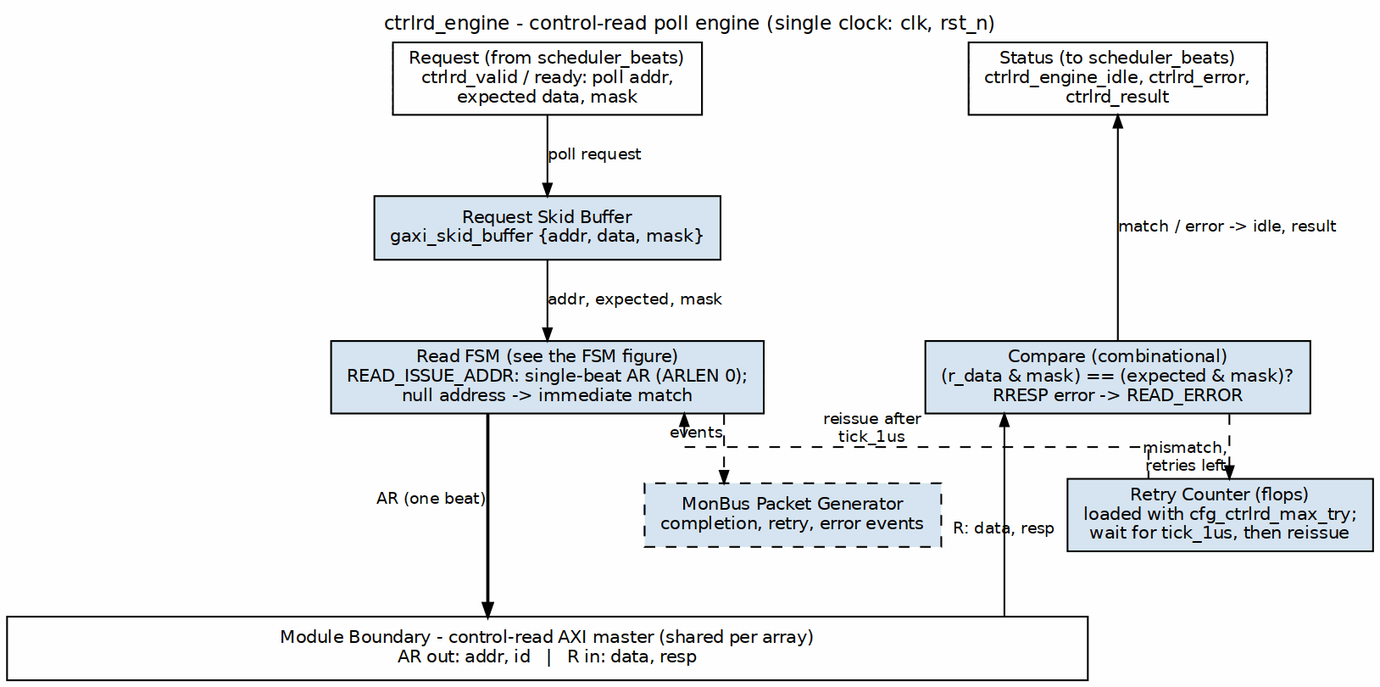
Above: projects/components/dma-ip/rapids/docs/rapids_beats_mas/assets/graphviz/08_ctrlrd_engine.png in sean-galloway/RTLDesignSherpa (Graphviz), before the change. Its source is kept beside it as projects/components/dma-ip/rapids/docs/rapids_beats_mas/assets/graphviz/08_ctrlrd_engine.dot. Source of this version:
```dot
digraph ctrlrd_engine {
    graph [rankdir=TB, bgcolor="white", fontname="Helvetica", fontsize=11,
           nodesep="0.50", ranksep="0.50", splines=ortho,
           label="ctrlrd_engine - control-read poll engine (single clock: clk, rst_n)",
           labelloc=t, labeljust=c];
    node  [fontname="Helvetica", fontsize=10, shape=box, style=filled,
           fillcolor="#D6E4F0", color="black", margin="0.12,0.06"];
    edge  [fontname="Helvetica", fontsize=9, color="black", arrowsize=0.7];

    req  [label="Request (from scheduler_beats)\nctrlrd_valid / ready: poll addr,\nexpected data, mask", fillcolor="white", group=C];
    sts  [label="Status (to scheduler_beats)\nctrlrd_engine_idle, ctrlrd_error,\nctrlrd_result", fillcolor="white", group=R];

    skid [label="Request Skid Buffer\ngaxi_skid_buffer {addr, data, mask}", group=C];
    fsm  [label="Read FSM (see the FSM figure)\nREAD_ISSUE_ADDR: single-beat AR (ARLEN 0);\nnull address -> immediate match", group=C];
    cmp  [label="Compare (combinational)\n(r_data & mask) == (expected & mask)?\nRRESP error -> READ_ERROR", group=R];
    rty  [label="Retry Counter (flops)\nloaded with cfg_ctrlrd_max_try;\nwait for tick_1us, then reissue", group=M];
    mon  [label="MonBus Packet Generator\ncompletion, retry, error events", style="filled,dashed", group=L];

    bar  [label="Module Boundary - control-read AXI master (shared per array)\nAR out: addr, id   |   R in: data, resp", fillcolor="white", width=8.5, group=C];

    req  -> skid [label="poll request"];
    skid -> fsm  [label="addr, expected, mask"];
    fsm  -> bar  [xlabel="AR (one beat)", penwidth=1.8];
    cmp  -> bar  [dir=back, xlabel="R: data, resp"];
    sts  -> cmp  [dir=back, label="match / error -> idle, result"];
    cmp  -> rty  [style=dashed, xlabel="mismatch,\nretries left"];
    fsm  -> rty  [dir=back, style=dashed, xlabel="reissue after\ntick_1us"];
    fsm  -> mon  [style=dashed, xlabel="events"];

    { rank=same; req; sts; }
    req -> sts [style=invis];
    { rank=same; fsm; cmp; }
    fsm -> cmp [style=invis];
    { rank=same; mon; rty; }
    mon -> rty [style=invis];
    mon -> bar [style=invis];
    rty -> bar [style=invis];
}
```
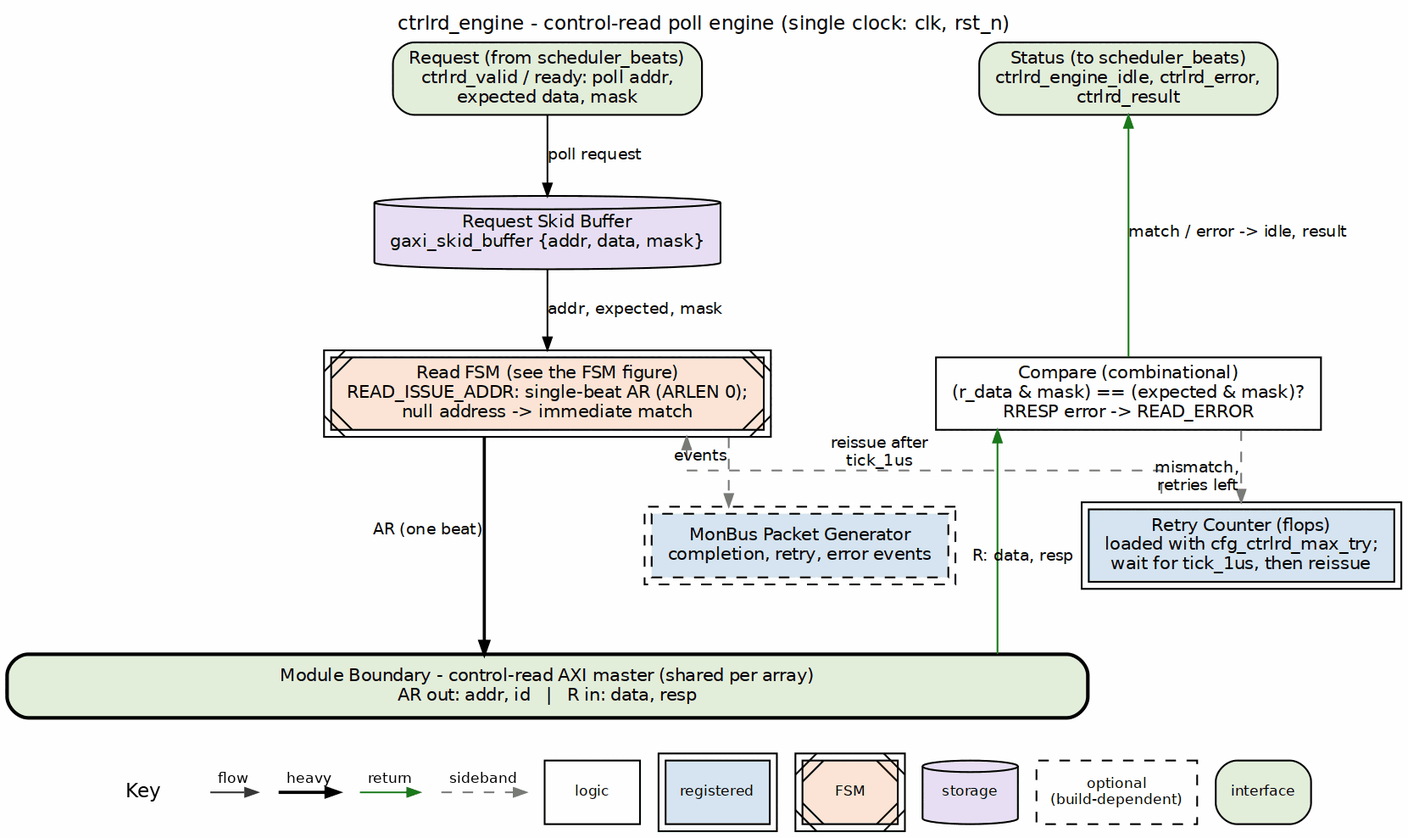
Above is the later version.

Change to the diagram source:
```diff
@@ -4,28 +4,28 @@
            label="ctrlrd_engine - control-read poll engine (single clock: clk, rst_n)",
            labelloc=t, labeljust=c];
     node  [fontname="Helvetica", fontsize=10, shape=box, style=filled,
-           fillcolor="#D6E4F0", color="black", margin="0.12,0.06"];
+           fillcolor="white", color="black", margin="0.12,0.06"];
     edge  [fontname="Helvetica", fontsize=9, color="black", arrowsize=0.7];
 
-    req  [label="Request (from scheduler_beats)\nctrlrd_valid / ready: poll addr,\nexpected data, mask", fillcolor="white", group=C];
-    sts  [label="Status (to scheduler_beats)\nctrlrd_engine_idle, ctrlrd_error,\nctrlrd_result", fillcolor="white", group=R];
+    req  [label="Request (from scheduler_beats)\nctrlrd_valid / ready: poll addr,\nexpected data, mask", fillcolor="white", group=C, style="rounded,filled", fillcolor="#E2EFDA"];
+    sts  [label="Status (to scheduler_beats)\nctrlrd_engine_idle, ctrlrd_error,\nctrlrd_result", fillcolor="white", group=R, style="rounded,filled", fillcolor="#E2EFDA"];
 
-    skid [label="Request Skid Buffer\ngaxi_skid_buffer {addr, data, mask}", group=C];
-    fsm  [label="Read FSM (see the FSM figure)\nREAD_ISSUE_ADDR: single-beat AR (ARLEN 0);\nnull address -> immediate match", group=C];
-    cmp  [label="Compare (combinational)\n(r_data & mask) == (expected & mask)?\nRRESP error -> READ_ERROR", group=R];
-    rty  [label="Retry Counter (flops)\nloaded with cfg_ctrlrd_max_try;\nwait for tick_1us, then reissue", group=M];
-    mon  [label="MonBus Packet Generator\ncompletion, retry, error events", style="filled,dashed", group=L];
+    skid [label="Request Skid Buffer\ngaxi_skid_buffer {addr, data, mask}", group=C, shape=cylinder, style="filled", fillcolor="#E8DFF5"];
+    fsm  [label="Read FSM (see the FSM figure)\nREAD_ISSUE_ADDR: single-beat AR (ARLEN 0);\nnull address -> immediate match", group=C, peripheries=2, style="filled,diagonals", fillcolor="#FCE4D6"];
+    cmp  [label="Compare (combinational)\n(r_data & mask) == (expected & mask)?\nRRESP error -> READ_ERROR", group=R, style="filled", fillcolor="white"];
+    rty  [label="Retry Counter (flops)\nloaded with cfg_ctrlrd_max_try;\nwait for tick_1us, then reissue", group=M, peripheries=2, style="filled", fillcolor="#D6E4F0"];
+    mon  [label="MonBus Packet Generator\ncompletion, retry, error events", style="filled,dashed", group=L, peripheries=2, style="filled,dashed", fillcolor="#D6E4F0"];
 
-    bar  [label="Module Boundary - control-read AXI master (shared per array)\nAR out: addr, id   |   R in: data, resp", fillcolor="white", width=8.5, group=C];
+    bar  [label="Module Boundary - control-read AXI master (shared per array)\nAR out: addr, id   |   R in: data, resp", fillcolor="white", width=8.5, group=C, style="rounded,filled,bold", fillcolor="#E2EFDA"];
 
     req  -> skid [label="poll request"];
     skid -> fsm  [label="addr, expected, mask"];
     fsm  -> bar  [xlabel="AR (one beat)", penwidth=1.8];
-    cmp  -> bar  [dir=back, xlabel="R: data, resp"];
-    sts  -> cmp  [dir=back, label="match / error -> idle, result"];
-    cmp  -> rty  [style=dashed, xlabel="mismatch,\nretries left"];
-    fsm  -> rty  [dir=back, style=dashed, xlabel="reissue after\ntick_1us"];
-    fsm  -> mon  [style=dashed, xlabel="events"];
+    cmp  -> bar  [color="#1A7A1A", dir=back, xlabel="R: data, resp"];
+    sts  -> cmp  [color="#1A7A1A", dir=back, label="match / error -> idle, result"];
+    cmp  -> rty  [style=dashed, color="#777777", xlabel="mismatch,\nretries left"];
+    fsm  -> rty  [dir=back, style=dashed, color="#777777", xlabel="reissue after\ntick_1us"];
+    fsm  -> mon  [style=dashed, color="#777777", xlabel="events"];
 
     { rank=same; req; sts; }
     req -> sts [style=invis];
```
